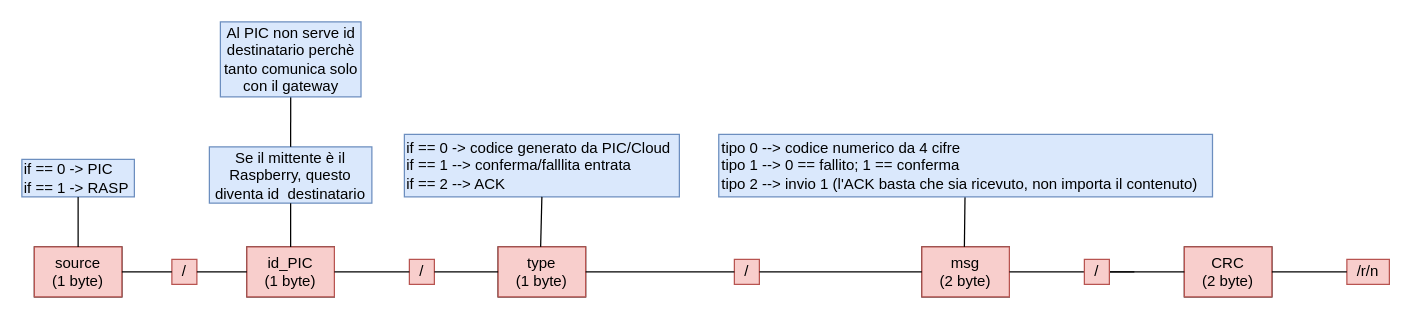
Above: DEVICE/Protocol/Protocol.drawio in aminechiki/ProjectWork (draw.io), before the change. Source tidied: cells renumbered, new cells numbered last; positions are measured from the earlier drawing's top-left corner, leaving out a move shared by most shapes. Both pictures are drawn from the tidied source at 125%, with x=0, y=0 at pixel (21, 21).
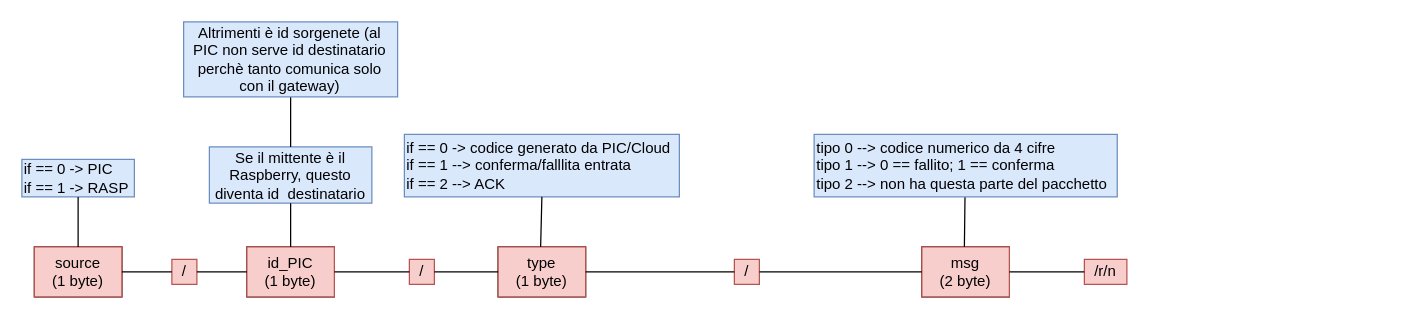
Above is the later version.

Commit message (it also covers changes not shown here):
Sistemato schema protocollo

What changed in the source:
```diff
@@
-    <mxCell id="27" value="Al PIC non serve id destinatario perchè tanto comunica solo con il gateway" style="text;html=1;strokeColor=#6c8ebf;fillColor=#dae8fc;align=center;verticalAlign=middle;whiteSpace=wrap;rounded=0;" parent="1" vertex="1">
-      <mxGeometry x="158.8" width="112.5" height="60" as="geometry" />
+    <mxCell id="27" value="Altrimenti è id sorgenete (al PIC non serve id destinatario perchè tanto comunica solo con il gateway)" style="text;html=1;strokeColor=#6c8ebf;fillColor=#dae8fc;align=center;verticalAlign=middle;whiteSpace=wrap;rounded=0;" parent="1" vertex="1">
+      <mxGeometry x="129.4" width="171.2" height="60" as="geometry" />
     </mxCell>
-    <mxCell id="28" value="tipo 0 --&amp;gt; codice numerico da 4 cifre&lt;br&gt;tipo 1 --&amp;gt; 0 == fallito; 1 == conferma&lt;br&gt;tipo 2 --&amp;gt; invio 1 (l'ACK basta che sia ricevuto, non importa il contenuto)" style="text;html=1;align=left;verticalAlign=middle;whiteSpace=wrap;rounded=0;strokeColor=#6c8ebf;fillColor=#dae8fc;" parent="1" vertex="1">
-      <mxGeometry x="557.5" y="90" width="395" height="50" as="geometry" />
+    <mxCell id="28" value="tipo 0 --&amp;gt; codice numerico da 4 cifre&lt;br&gt;tipo 1 --&amp;gt; 0 == fallito; 1 == conferma&lt;br&gt;tipo 2 --&amp;gt; non ha questa parte del pacchetto" style="text;html=1;align=left;verticalAlign=middle;whiteSpace=wrap;rounded=0;strokeColor=#6c8ebf;fillColor=#dae8fc;" parent="1" vertex="1">
+      <mxGeometry x="633.8" y="90" width="242.5" height="50" as="geometry" />
     </mxCell>
     <mxCell id="29" value="/r/n" style="text;html=1;strokeColor=#b85450;fillColor=#f8cecc;align=center;verticalAlign=middle;whiteSpace=wrap;rounded=0;" parent="1" vertex="1">
-      <mxGeometry x="1060" y="190" width="34" height="20" as="geometry" />
+      <mxGeometry x="850" y="190" width="34" height="20" as="geometry" />
     </mxCell>
-    <mxCell id="30" style="endArrow=none;html=1;rounded=0;exitX=1;exitY=0.5;exitDx=0;exitDy=0;" parent="1" edge="1" source="35">
-      <mxGeometry relative="1" as="geometry">
-        <mxPoint x="890" y="200" as="targetPoint" />
-      </mxGeometry>
-    </mxCell>
-    <mxCell id="31" style="rounded=0;whiteSpace=wrap;html=1;" parent="1" vertex="1">
-      <mxGeometry x="930" y="180" width="70" height="40" as="geometry" />
-    </mxCell>
-    <mxCell id="32" value="CRC&lt;br&gt;(2 byte)" style="text;html=1;strokeColor=#b85450;fillColor=#f8cecc;align=center;verticalAlign=middle;whiteSpace=wrap;rounded=0;" parent="1" vertex="1">
-      <mxGeometry x="930" y="180" width="70" height="40" as="geometry" />
-    </mxCell>
-    <mxCell id="33" style="endArrow=none;html=1;rounded=0;exitX=1;exitY=0.5;exitDx=0;exitDy=0;entryX=0;entryY=0.5;entryDx=0;entryDy=0;" parent="1" edge="1" source="35" target="32">
-      <mxGeometry relative="1" as="geometry" />
-    </mxCell>
-    <mxCell id="34" style="endArrow=none;html=1;rounded=0;exitX=1;exitY=0.5;exitDx=0;exitDy=0;" parent="1" edge="1" target="35">
+    <mxCell id="34" style="endArrow=none;html=1;rounded=0;exitX=1;exitY=0.5;exitDx=0;exitDy=0;" parent="1" edge="1">
       <mxGeometry relative="1" as="geometry">
         <mxPoint x="790" y="200" as="sourcePoint" />
+        <mxPoint x="850" y="200" as="targetPoint" />
       </mxGeometry>
     </mxCell>
-    <mxCell id="35" value="/" style="text;html=1;strokeColor=#b85450;fillColor=#f8cecc;align=center;verticalAlign=middle;whiteSpace=wrap;rounded=0;" parent="1" vertex="1">
-      <mxGeometry x="850" y="190" width="20" height="20" as="geometry" />
-    </mxCell>
-    <mxCell id="36" style="endArrow=none;html=1;rounded=0;entryX=1;entryY=0.5;entryDx=0;entryDy=0;exitX=0;exitY=0.5;exitDx=0;exitDy=0;" parent="1" edge="1" source="29" target="32">
-      <mxGeometry relative="1" as="geometry" />
-    </mxCell>
```
